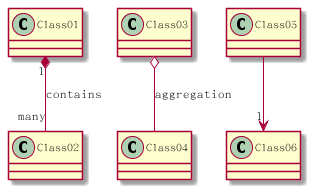
lsytj0413/learn-note keeps this PlantUML diagram as draw/plantuml/class/class03.png. Above is the earlier version.
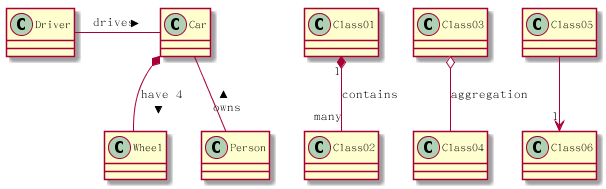
After the change.

What changed in the source:
```diff
@@ -4,4 +4,10 @@
 Class03 o-- Class04 : aggregation
 Class05 --> "1" Class06
 
+Class Car
+
+Driver - Car : drives >
+Car *-- Wheel : have 4 >
+Car -- Person : < owns
+
 @enduml
```
